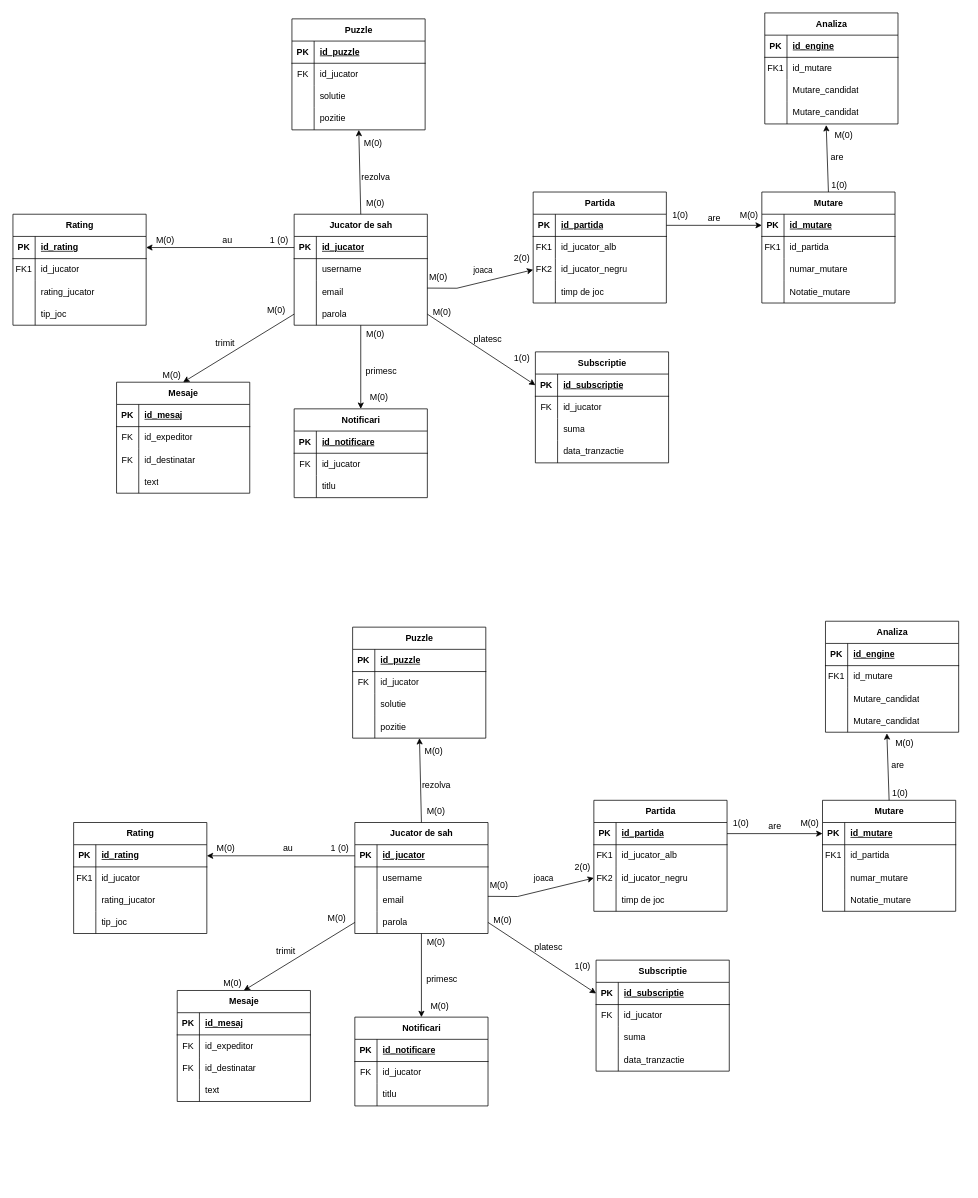
The draw.io diagram Anul1/Semestrul 2/BD/proiect/copie_diagrama.drawio in CiprianVlad/facultate, before the edit. Source tidied: cells renumbered, new cells numbered last; positions are measured from the earlier drawing's top-left corner, leaving out a move shared by most shapes. Both pictures are drawn from the tidied source at 74%, with x=0, y=0 at pixel (13, 13).
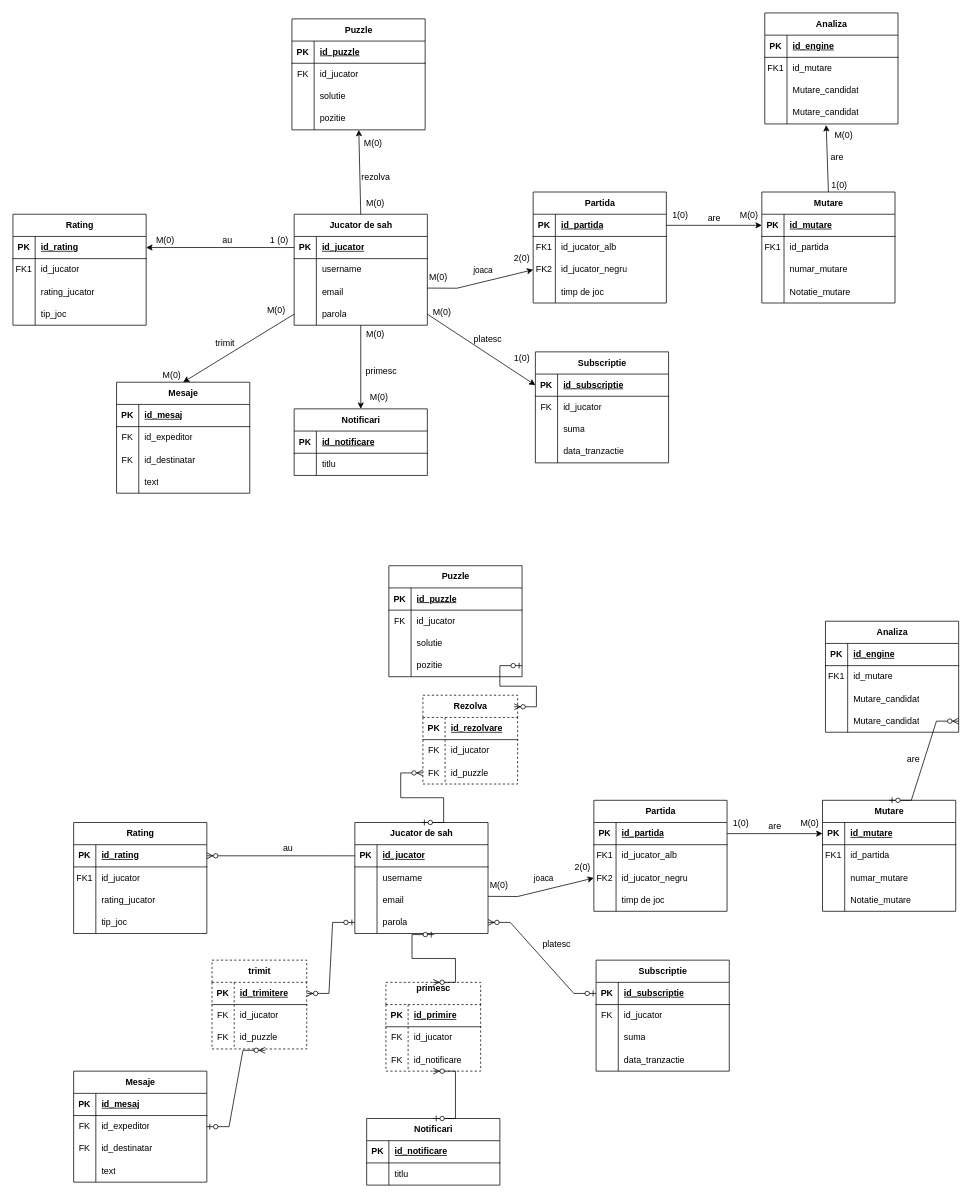
Above is the later version.

The change refers to these unchanged cells:
```xml
<mxCell id="148" value="Jucator de sah" style="shape=table;startSize=30;childLayout=tableLayout;rowLines=0;fontStyle=1;align=center;html=1;" parent="1" vertex="1">
  <mxGeometry x="462" y="1094" width="180" height="150" as="geometry" />
</mxCell>
<mxCell id="149" style="shape=tableRow;horizontal=0;startSize=0;swimlaneHead=0;swimlaneBody=0;fillColor=none;points=[[0,0.5],[1,0.5]];portConstraint=eastwest;top=0;left=0;right=0;bottom=1;" parent="148" vertex="1">
  <mxGeometry y="30" width="180" height="30" as="geometry" />
</mxCell>
<mxCell id="158" style="shape=tableRow;horizontal=0;startSize=0;swimlaneHead=0;swimlaneBody=0;fillColor=none;points=[[0,0.5],[1,0.5]];portConstraint=eastwest;top=0;left=0;right=0;bottom=0;" parent="148" vertex="1">
  <mxGeometry y="120" width="180" height="30" as="geometry" />
</mxCell>
<mxCell id="184" style="shape=tableRow;horizontal=0;startSize=0;swimlaneHead=0;swimlaneBody=0;fillColor=none;points=[[0,0.5],[1,0.5]];portConstraint=eastwest;top=0;left=0;right=0;bottom=0;" parent="174" vertex="1">
  <mxGeometry y="120" width="180" height="30" as="geometry" />
</mxCell>
<mxCell id="187" value="Mutare" style="shape=table;startSize=30;childLayout=tableLayout;rowLines=0;fontStyle=1;align=center;html=1;" parent="1" vertex="1">
  <mxGeometry x="1094" y="1064" width="180" height="150" as="geometry" />
</mxCell>
<mxCell id="201" style="shape=tableRow;horizontal=0;startSize=0;swimlaneHead=0;swimlaneBody=0;fillColor=none;points=[[0,0.5],[1,0.5]];portConstraint=eastwest;top=0;left=0;right=0;bottom=1;" parent="200" vertex="1">
  <mxGeometry y="30" width="180" height="30" as="geometry" />
</mxCell>
<mxCell id="223" style="shape=tableRow;horizontal=0;startSize=0;swimlaneHead=0;swimlaneBody=0;fillColor=none;points=[[0,0.5],[1,0.5]];portConstraint=eastwest;top=0;left=0;right=0;bottom=0;" parent="213" vertex="1">
  <mxGeometry y="120" width="180" height="30" as="geometry" />
</mxCell>
<mxCell id="245" style="shape=tableRow;horizontal=0;startSize=0;swimlaneHead=0;swimlaneBody=0;fillColor=none;points=[[0,0.5],[1,0.5]];portConstraint=eastwest;top=0;left=0;right=0;bottom=1;" parent="244" vertex="1">
  <mxGeometry y="30" width="180" height="30" as="geometry" />
</mxCell>
<mxCell id="265" style="shape=tableRow;horizontal=0;startSize=0;swimlaneHead=0;swimlaneBody=0;fillColor=none;points=[[0,0.5],[1,0.5]];portConstraint=eastwest;top=0;left=0;right=0;bottom=0;" parent="261" vertex="1">
  <mxGeometry y="60" width="180" height="30" as="geometry" />
</mxCell>
```

The edit, as a diff of the source:
```diff
@@
     <mxCell id="128" value="Notificari" style="shape=table;startSize=30;childLayout=tableLayout;rowLines=0;fontStyle=1;align=center;html=1;" parent="1" vertex="1">
-      <mxGeometry x="380" y="535" width="180" height="120" as="geometry" />
+      <mxGeometry x="380" y="535" width="180" height="90" as="geometry" />
     </mxCell>
@@
-    <mxCell id="132" style="shape=tableRow;horizontal=0;startSize=0;swimlaneHead=0;swimlaneBody=0;fillColor=none;top=0;left=0;right=0;bottom=0;" parent="128" vertex="1">
-      <mxGeometry y="60" width="180" height="30" as="geometry" />
-    </mxCell>
-    <mxCell id="133" value="FK" style="shape=partialRectangle;fillColor=none;top=0;left=0;bottom=0;right=0;overflow=hidden;whiteSpace=wrap;html=1;" parent="132" vertex="1">
-      <mxGeometry width="30" height="30" as="geometry" />
-    </mxCell>
-    <mxCell id="134" value="id_jucator" style="shape=partialRectangle;fillColor=none;top=0;left=0;bottom=0;right=0;align=left;spacingLeft=6;overflow=hidden;whiteSpace=wrap;html=1;" parent="132" vertex="1">
-      <mxGeometry x="30" width="150" height="30" as="geometry" />
-    </mxCell>
     <mxCell id="135" style="shape=tableRow;horizontal=0;startSize=0;swimlaneHead=0;swimlaneBody=0;fillColor=none;top=0;left=0;right=0;bottom=0;" parent="128" vertex="1">
-      <mxGeometry y="90" width="180" height="30" as="geometry" />
+      <mxGeometry y="60" width="180" height="30" as="geometry" />
     </mxCell>
@@
     <mxCell id="213" value="Puzzle" style="shape=table;startSize=30;childLayout=tableLayout;rowLines=0;fontStyle=1;align=center;html=1;" parent="1" vertex="1">
-      <mxGeometry x="459" y="830" width="180" height="150" as="geometry" />
+      <mxGeometry x="508" y="747" width="180" height="150" as="geometry" />
     </mxCell>
@@
-    <mxCell id="230" style="endArrow=classic;html=1;rounded=0;entryX=1;entryY=0.5;entryDx=0;entryDy=0;exitX=0;exitY=0.5;exitDx=0;exitDy=0;" parent="1" edge="1" source="149" target="201">
-      <mxGeometry relative="1" as="geometry" />
-    </mxCell>
-    <mxCell id="231" style="endArrow=classic;html=1;rounded=0;exitX=0.5;exitY=0;exitDx=0;exitDy=0;" parent="1" edge="1" source="148" target="223">
-      <mxGeometry relative="1" as="geometry" />
-    </mxCell>
@@
-    <mxCell id="233" value="1 (0)" style="text;html=1;align=center;verticalAlign=middle;whiteSpace=wrap;rounded=0;" parent="1" vertex="1">
-      <mxGeometry x="412" y="1114" width="60" height="30" as="geometry" />
-    </mxCell>
-    <mxCell id="234" value="M(0)" style="text;html=1;align=center;verticalAlign=middle;whiteSpace=wrap;rounded=0;" parent="1" vertex="1">
-      <mxGeometry x="258" y="1114" width="60" height="30" as="geometry" />
-    </mxCell>
-    <mxCell id="235" value="M(0)" style="text;html=1;align=center;verticalAlign=middle;whiteSpace=wrap;rounded=0;" parent="1" vertex="1">
-      <mxGeometry x="542" y="1064" width="60" height="30" as="geometry" />
-    </mxCell>
-    <mxCell id="236" value="M(0)" style="text;html=1;align=center;verticalAlign=middle;whiteSpace=wrap;rounded=0;" parent="1" vertex="1">
-      <mxGeometry x="539" y="983" width="60" height="30" as="geometry" />
-    </mxCell>
@@
-    <mxCell id="239" value="&lt;div&gt;rezolva&lt;/div&gt;" style="text;html=1;align=center;verticalAlign=middle;whiteSpace=wrap;rounded=0;" parent="1" vertex="1">
-      <mxGeometry x="557.5" y="1029" width="29" height="29" as="geometry" />
-    </mxCell>
@@
-    <mxCell id="242" value="M(0)" style="text;html=1;whiteSpace=wrap;strokeColor=none;fillColor=none;align=center;verticalAlign=middle;rounded=0;" parent="1" vertex="1">
-      <mxGeometry x="1175" y="972" width="60" height="30" as="geometry" />
-    </mxCell>
-    <mxCell id="243" value="&lt;div&gt;1(0)&lt;/div&gt;" style="text;html=1;whiteSpace=wrap;strokeColor=none;fillColor=none;align=center;verticalAlign=middle;rounded=0;" parent="1" vertex="1">
-      <mxGeometry x="1169" y="1040" width="60" height="30" as="geometry" />
-    </mxCell>
@@
-    <mxCell id="257" style="endArrow=classic;html=1;rounded=0;entryX=0;entryY=0.5;entryDx=0;entryDy=0;exitX=1;exitY=0.5;exitDx=0;exitDy=0;" parent="1" edge="1" source="158" target="245">
-      <mxGeometry relative="1" as="geometry" />
-    </mxCell>
     <mxCell id="258" value="&lt;div&gt;platesc&lt;/div&gt;" style="text;html=1;whiteSpace=wrap;strokeColor=none;fillColor=none;align=center;verticalAlign=middle;rounded=0;" parent="1" vertex="1">
-      <mxGeometry x="694" y="1248" width="60" height="30" as="geometry" />
+      <mxGeometry x="705" y="1244" width="60" height="30" as="geometry" />
     </mxCell>
-    <mxCell id="259" value="1(0)" style="text;html=1;whiteSpace=wrap;strokeColor=none;fillColor=none;align=center;verticalAlign=middle;rounded=0;" parent="1" vertex="1">
-      <mxGeometry x="740" y="1274" width="60" height="30" as="geometry" />
-    </mxCell>
-    <mxCell id="260" value="M(0)" style="text;html=1;whiteSpace=wrap;strokeColor=none;fillColor=none;align=center;verticalAlign=middle;rounded=0;" parent="1" vertex="1">
-      <mxGeometry x="632" y="1211" width="60" height="30" as="geometry" />
-    </mxCell>
     <mxCell id="261" value="Mesaje" style="shape=table;startSize=30;childLayout=tableLayout;rowLines=0;fontStyle=1;align=center;html=1;" parent="1" vertex="1">
-      <mxGeometry x="222" y="1321" width="180" height="150" as="geometry" />
+      <mxGeometry x="82" y="1430" width="180" height="150" as="geometry" />
     </mxCell>
@@
     <mxCell id="274" value="Notificari" style="shape=table;startSize=30;childLayout=tableLayout;rowLines=0;fontStyle=1;align=center;html=1;" parent="1" vertex="1">
-      <mxGeometry x="462" y="1357" width="180" height="120" as="geometry" />
+      <mxGeometry x="478" y="1494" width="180" height="90" as="geometry" />
     </mxCell>
@@
-    <mxCell id="278" style="shape=tableRow;horizontal=0;startSize=0;swimlaneHead=0;swimlaneBody=0;fillColor=none;top=0;left=0;right=0;bottom=0;" parent="274" vertex="1">
-      <mxGeometry y="60" width="180" height="30" as="geometry" />
-    </mxCell>
-    <mxCell id="279" value="FK" style="shape=partialRectangle;fillColor=none;top=0;left=0;bottom=0;right=0;overflow=hidden;whiteSpace=wrap;html=1;" parent="278" vertex="1">
-      <mxGeometry width="30" height="30" as="geometry" />
-    </mxCell>
-    <mxCell id="280" value="id_jucator" style="shape=partialRectangle;fillColor=none;top=0;left=0;bottom=0;right=0;align=left;spacingLeft=6;overflow=hidden;whiteSpace=wrap;html=1;" parent="278" vertex="1">
-      <mxGeometry x="30" width="150" height="30" as="geometry" />
-    </mxCell>
     <mxCell id="281" style="shape=tableRow;horizontal=0;startSize=0;swimlaneHead=0;swimlaneBody=0;fillColor=none;top=0;left=0;right=0;bottom=0;" parent="274" vertex="1">
-      <mxGeometry y="90" width="180" height="30" as="geometry" />
+      <mxGeometry y="60" width="180" height="30" as="geometry" />
     </mxCell>
@@
-    <mxCell id="284" style="endArrow=classic;html=1;rounded=0;entryX=0.5;entryY=0;entryDx=0;entryDy=0;" parent="1" edge="1" source="158" target="274">
-      <mxGeometry relative="1" as="geometry" />
-    </mxCell>
-    <mxCell id="285" value="M(0)" style="text;html=1;whiteSpace=wrap;strokeColor=none;fillColor=none;align=center;verticalAlign=middle;rounded=0;" parent="1" vertex="1">
-      <mxGeometry x="542" y="1241" width="60" height="30" as="geometry" />
-    </mxCell>
-    <mxCell id="286" value="M(0)" style="text;html=1;whiteSpace=wrap;strokeColor=none;fillColor=none;align=center;verticalAlign=middle;rounded=0;" parent="1" vertex="1">
-      <mxGeometry x="547" y="1327" width="60" height="30" as="geometry" />
-    </mxCell>
+    <mxCell id="289" value="are" style="text;html=1;whiteSpace=wrap;strokeColor=none;fillColor=none;align=center;verticalAlign=middle;rounded=0;" parent="1" vertex="1">
+      <mxGeometry x="1187" y="994" width="60" height="30" as="geometry" />
+    </mxCell>
+    <mxCell id="294" value="Rezolva" style="shape=table;startSize=30;childLayout=tableLayout;rowLines=0;fontStyle=1;align=center;html=1;dashed=1;" parent="1" vertex="1">
+      <mxGeometry x="554" y="922" width="128" height="120" as="geometry" />
+    </mxCell>
+    <mxCell id="295" style="shape=tableRow;horizontal=0;startSize=0;swimlaneHead=0;swimlaneBody=0;fillColor=none;top=0;left=0;right=0;bottom=1;" parent="294" vertex="1">
+      <mxGeometry y="30" width="128" height="30" as="geometry" />
+    </mxCell>
+    <mxCell id="296" value="PK" style="shape=partialRectangle;fillColor=none;top=0;left=0;bottom=0;right=0;fontStyle=1;overflow=hidden;whiteSpace=wrap;html=1;" parent="295" vertex="1">
+      <mxGeometry width="30" height="30" as="geometry" />
+    </mxCell>
+    <mxCell id="297" value="id_rezolvare" style="shape=partialRectangle;fillColor=none;top=0;left=0;bottom=0;right=0;align=left;spacingLeft=6;fontStyle=5;overflow=hidden;whiteSpace=wrap;html=1;" parent="295" vertex="1">
+      <mxGeometry x="30" width="98" height="30" as="geometry" />
+    </mxCell>
+    <mxCell id="298" style="shape=tableRow;horizontal=0;startSize=0;swimlaneHead=0;swimlaneBody=0;fillColor=none;top=0;left=0;right=0;bottom=0;" parent="294" vertex="1">
+      <mxGeometry y="60" width="128" height="30" as="geometry" />
+    </mxCell>
+    <mxCell id="299" value="FK" style="shape=partialRectangle;fillColor=none;top=0;left=0;bottom=0;right=0;overflow=hidden;whiteSpace=wrap;html=1;" parent="298" vertex="1">
+      <mxGeometry width="30" height="30" as="geometry" />
+    </mxCell>
+    <mxCell id="300" value="id_jucator" style="shape=partialRectangle;fillColor=none;top=0;left=0;bottom=0;right=0;align=left;spacingLeft=6;overflow=hidden;whiteSpace=wrap;html=1;" parent="298" vertex="1">
+      <mxGeometry x="30" width="98" height="30" as="geometry" />
+    </mxCell>
+    <mxCell id="301" style="shape=tableRow;horizontal=0;startSize=0;swimlaneHead=0;swimlaneBody=0;fillColor=none;points=[[0,0.5],[1,0.5]];portConstraint=eastwest;top=0;left=0;right=0;bottom=0;" parent="294" vertex="1">
+      <mxGeometry y="90" width="128" height="30" as="geometry" />
+    </mxCell>
+    <mxCell id="302" value="FK" style="shape=partialRectangle;fillColor=none;top=0;left=0;bottom=0;right=0;overflow=hidden;whiteSpace=wrap;html=1;" parent="301" vertex="1">
+      <mxGeometry width="30" height="30" as="geometry" />
+    </mxCell>
+    <mxCell id="303" value="id_puzzle" style="shape=partialRectangle;fillColor=none;top=0;left=0;bottom=0;right=0;align=left;spacingLeft=6;overflow=hidden;whiteSpace=wrap;html=1;" parent="301" vertex="1">
+      <mxGeometry x="30" width="98" height="30" as="geometry" />
+    </mxCell>
+    <mxCell id="230" style="edgeStyle=entityRelationEdgeStyle;fontSize=12;html=1;endArrow=ERzeroToMany;endFill=1;rounded=0;entryX=1;entryY=0.5;entryDx=0;entryDy=0;exitX=0;exitY=0.5;exitDx=0;exitDy=0;" parent="1" edge="1" source="149" target="201">
+      <mxGeometry relative="1" as="geometry" />
+    </mxCell>
-    <mxCell id="287" value="&lt;div&gt;primesc&lt;/div&gt;" style="text;html=1;whiteSpace=wrap;strokeColor=none;fillColor=none;align=center;verticalAlign=middle;rounded=0;" parent="1" vertex="1">
-      <mxGeometry x="550" y="1291" width="60" height="30" as="geometry" />
+    <mxCell id="287" value="&lt;div&gt;primesc&lt;/div&gt;&lt;div&gt;&lt;br&gt;&lt;/div&gt;" style="shape=table;startSize=30;childLayout=tableLayout;rowLines=0;fontStyle=1;align=center;html=1;dashed=1;" parent="1" vertex="1">
+      <mxGeometry x="504" y="1310" width="128" height="120" as="geometry" />
     </mxCell>
+    <mxCell id="304" style="shape=tableRow;horizontal=0;startSize=0;swimlaneHead=0;swimlaneBody=0;fillColor=none;top=0;left=0;right=0;bottom=1;" parent="287" vertex="1">
+      <mxGeometry y="30" width="128" height="30" as="geometry" />
+    </mxCell>
+    <mxCell id="305" value="PK" style="shape=partialRectangle;fillColor=none;top=0;left=0;bottom=0;right=0;fontStyle=1;overflow=hidden;whiteSpace=wrap;html=1;" parent="304" vertex="1">
+      <mxGeometry width="30" height="30" as="geometry" />
+    </mxCell>
+    <mxCell id="306" value="id_primire" style="shape=partialRectangle;fillColor=none;top=0;left=0;bottom=0;right=0;align=left;spacingLeft=6;fontStyle=5;overflow=hidden;whiteSpace=wrap;html=1;" parent="304" vertex="1">
+      <mxGeometry x="30" width="98" height="30" as="geometry" />
+    </mxCell>
+    <mxCell id="307" style="shape=tableRow;horizontal=0;startSize=0;swimlaneHead=0;swimlaneBody=0;fillColor=none;top=0;left=0;right=0;bottom=0;" parent="287" vertex="1">
+      <mxGeometry y="60" width="128" height="30" as="geometry" />
+    </mxCell>
+    <mxCell id="308" value="FK" style="shape=partialRectangle;fillColor=none;top=0;left=0;bottom=0;right=0;overflow=hidden;whiteSpace=wrap;html=1;" parent="307" vertex="1">
+      <mxGeometry width="30" height="30" as="geometry" />
+    </mxCell>
+    <mxCell id="309" value="id_jucator" style="shape=partialRectangle;fillColor=none;top=0;left=0;bottom=0;right=0;align=left;spacingLeft=6;overflow=hidden;whiteSpace=wrap;html=1;" parent="307" vertex="1">
+      <mxGeometry x="30" width="98" height="30" as="geometry" />
+    </mxCell>
+    <mxCell id="310" style="shape=tableRow;horizontal=0;startSize=0;swimlaneHead=0;swimlaneBody=0;fillColor=none;top=0;left=0;right=0;bottom=0;" parent="287" vertex="1">
+      <mxGeometry y="90" width="128" height="30" as="geometry" />
+    </mxCell>
+    <mxCell id="311" value="FK" style="shape=partialRectangle;fillColor=none;top=0;left=0;bottom=0;right=0;overflow=hidden;whiteSpace=wrap;html=1;" parent="310" vertex="1">
+      <mxGeometry width="30" height="30" as="geometry" />
+    </mxCell>
+    <mxCell id="312" value="&lt;div&gt;id_notificare&lt;/div&gt;" style="shape=partialRectangle;fillColor=none;top=0;left=0;bottom=0;right=0;align=left;spacingLeft=6;overflow=hidden;whiteSpace=wrap;html=1;" parent="310" vertex="1">
+      <mxGeometry x="30" width="98" height="30" as="geometry" />
+    </mxCell>
+    <mxCell id="313" style="edgeStyle=entityRelationEdgeStyle;fontSize=12;html=1;endArrow=ERzeroToMany;startArrow=ERzeroToOne;rounded=0;exitX=1;exitY=0.5;exitDx=0;exitDy=0;entryX=0.964;entryY=0.13;entryDx=0;entryDy=0;entryPerimeter=0;" parent="1" edge="1" source="223" target="294">
+      <mxGeometry relative="1" as="geometry" />
+    </mxCell>
+    <mxCell id="314" style="edgeStyle=entityRelationEdgeStyle;fontSize=12;html=1;endArrow=ERzeroToMany;startArrow=ERzeroToOne;rounded=0;exitX=0.5;exitY=0;exitDx=0;exitDy=0;" parent="1" edge="1" source="148" target="301">
+      <mxGeometry relative="1" as="geometry" />
+    </mxCell>
+    <mxCell id="315" style="edgeStyle=entityRelationEdgeStyle;fontSize=12;html=1;endArrow=ERzeroToMany;startArrow=ERzeroToOne;rounded=0;entryX=1;entryY=0.5;entryDx=0;entryDy=0;exitX=0;exitY=0.5;exitDx=0;exitDy=0;" parent="1" edge="1" source="245" target="158">
+      <mxGeometry relative="1" as="geometry" />
+    </mxCell>
+    <mxCell id="316" style="edgeStyle=entityRelationEdgeStyle;fontSize=12;html=1;endArrow=ERzeroToMany;startArrow=ERzeroToOne;rounded=0;exitX=0.596;exitY=1.049;exitDx=0;exitDy=0;exitPerimeter=0;entryX=0.5;entryY=0;entryDx=0;entryDy=0;" parent="1" edge="1" source="158" target="287">
+      <mxGeometry relative="1" as="geometry" />
+    </mxCell>
+    <mxCell id="317" style="edgeStyle=entityRelationEdgeStyle;fontSize=12;html=1;endArrow=ERzeroToMany;startArrow=ERzeroToOne;rounded=0;exitX=0.5;exitY=0;exitDx=0;exitDy=0;entryX=0.5;entryY=1;entryDx=0;entryDy=0;" parent="1" edge="1" source="274" target="287">
+      <mxGeometry relative="1" as="geometry" />
+    </mxCell>
+    <mxCell id="293" value="trimit" style="shape=table;startSize=30;childLayout=tableLayout;rowLines=0;fontStyle=1;align=center;html=1;dashed=1;" parent="1" vertex="1">
+      <mxGeometry x="269" y="1280" width="128" height="120" as="geometry" />
+    </mxCell>
+    <mxCell id="318" style="shape=tableRow;horizontal=0;startSize=0;swimlaneHead=0;swimlaneBody=0;fillColor=none;points=[[0,0.5],[1,0.5]];portConstraint=eastwest;top=0;left=0;right=0;bottom=1;" parent="293" vertex="1">
+      <mxGeometry y="30" width="128" height="30" as="geometry" />
+    </mxCell>
+    <mxCell id="319" value="PK" style="shape=partialRectangle;fillColor=none;top=0;left=0;bottom=0;right=0;fontStyle=1;overflow=hidden;whiteSpace=wrap;html=1;" parent="318" vertex="1">
+      <mxGeometry width="30" height="30" as="geometry" />
+    </mxCell>
+    <mxCell id="320" value="id_trimitere" style="shape=partialRectangle;fillColor=none;top=0;left=0;bottom=0;right=0;align=left;spacingLeft=6;fontStyle=5;overflow=hidden;whiteSpace=wrap;html=1;" parent="318" vertex="1">
+      <mxGeometry x="30" width="98" height="30" as="geometry" />
+    </mxCell>
+    <mxCell id="321" style="shape=tableRow;horizontal=0;startSize=0;swimlaneHead=0;swimlaneBody=0;fillColor=none;top=0;left=0;right=0;bottom=0;" parent="293" vertex="1">
+      <mxGeometry y="60" width="128" height="30" as="geometry" />
+    </mxCell>
+    <mxCell id="322" value="FK" style="shape=partialRectangle;fillColor=none;top=0;left=0;bottom=0;right=0;overflow=hidden;whiteSpace=wrap;html=1;" parent="321" vertex="1">
+      <mxGeometry width="30" height="30" as="geometry" />
+    </mxCell>
+    <mxCell id="323" value="id_jucator" style="shape=partialRectangle;fillColor=none;top=0;left=0;bottom=0;right=0;align=left;spacingLeft=6;overflow=hidden;whiteSpace=wrap;html=1;" parent="321" vertex="1">
+      <mxGeometry x="30" width="98" height="30" as="geometry" />
+    </mxCell>
+    <mxCell id="324" style="shape=tableRow;horizontal=0;startSize=0;swimlaneHead=0;swimlaneBody=0;fillColor=none;points=[[0,0.5],[1,0.5]];portConstraint=eastwest;top=0;left=0;right=0;bottom=0;" parent="293" vertex="1">
+      <mxGeometry y="90" width="128" height="30" as="geometry" />
+    </mxCell>
+    <mxCell id="325" value="FK" style="shape=partialRectangle;fillColor=none;top=0;left=0;bottom=0;right=0;overflow=hidden;whiteSpace=wrap;html=1;" parent="324" vertex="1">
+      <mxGeometry width="30" height="30" as="geometry" />
+    </mxCell>
+    <mxCell id="326" value="id_puzzle" style="shape=partialRectangle;fillColor=none;top=0;left=0;bottom=0;right=0;align=left;spacingLeft=6;overflow=hidden;whiteSpace=wrap;html=1;" parent="324" vertex="1">
+      <mxGeometry x="30" width="98" height="30" as="geometry" />
+    </mxCell>
+    <mxCell id="327" style="edgeStyle=entityRelationEdgeStyle;fontSize=12;html=1;endArrow=ERzeroToMany;startArrow=ERzeroToOne;rounded=0;exitX=0;exitY=0.5;exitDx=0;exitDy=0;entryX=1;entryY=0.5;entryDx=0;entryDy=0;" parent="1" edge="1" source="158" target="318">
+      <mxGeometry relative="1" as="geometry" />
+    </mxCell>
+    <mxCell id="328" style="edgeStyle=entityRelationEdgeStyle;fontSize=12;html=1;endArrow=ERzeroToMany;startArrow=ERzeroToOne;rounded=0;entryX=0.561;entryY=1.061;entryDx=0;entryDy=0;entryPerimeter=0;exitX=1;exitY=0.5;exitDx=0;exitDy=0;" parent="1" edge="1" source="265" target="324">
+      <mxGeometry relative="1" as="geometry" />
+    </mxCell>
-    <mxCell id="288" style="endArrow=classic;html=1;rounded=0;entryX=0.461;entryY=1.05;entryDx=0;entryDy=0;exitX=0.5;exitY=0;exitDx=0;exitDy=0;entryPerimeter=0;" parent="1" edge="1" source="187" target="184">
+    <mxCell id="288" style="edgeStyle=entityRelationEdgeStyle;fontSize=12;html=1;endArrow=ERzeroToMany;startArrow=ERzeroToOne;rounded=0;entryX=1;entryY=0.5;entryDx=0;entryDy=0;exitX=0.5;exitY=0;exitDx=0;exitDy=0;" parent="1" edge="1" source="187" target="184">
       <mxGeometry relative="1" as="geometry" />
     </mxCell>
-    <mxCell id="289" value="are" style="text;html=1;whiteSpace=wrap;strokeColor=none;fillColor=none;align=center;verticalAlign=middle;rounded=0;" parent="1" vertex="1">
-      <mxGeometry x="1166" y="1002" width="60" height="30" as="geometry" />
-    </mxCell>
-    <mxCell id="290" style="endArrow=classic;html=1;rounded=0;entryX=0.5;entryY=0;entryDx=0;entryDy=0;exitX=0;exitY=0.5;exitDx=0;exitDy=0;" parent="1" edge="1" source="158" target="261">
-      <mxGeometry relative="1" as="geometry" />
-    </mxCell>
-    <mxCell id="291" value="M(0)" style="text;html=1;whiteSpace=wrap;strokeColor=none;fillColor=none;align=center;verticalAlign=middle;rounded=0;" parent="1" vertex="1">
-      <mxGeometry x="408" y="1209" width="60" height="30" as="geometry" />
-    </mxCell>
-    <mxCell id="292" value="M(0)" style="text;html=1;whiteSpace=wrap;strokeColor=none;fillColor=none;align=center;verticalAlign=middle;rounded=0;" parent="1" vertex="1">
-      <mxGeometry x="267" y="1297" width="60" height="30" as="geometry" />
-    </mxCell>
-    <mxCell id="293" value="trimit" style="text;html=1;whiteSpace=wrap;strokeColor=none;fillColor=none;align=center;verticalAlign=middle;rounded=0;" parent="1" vertex="1">
-      <mxGeometry x="339" y="1253" width="60" height="30" as="geometry" />
-    </mxCell>
```
